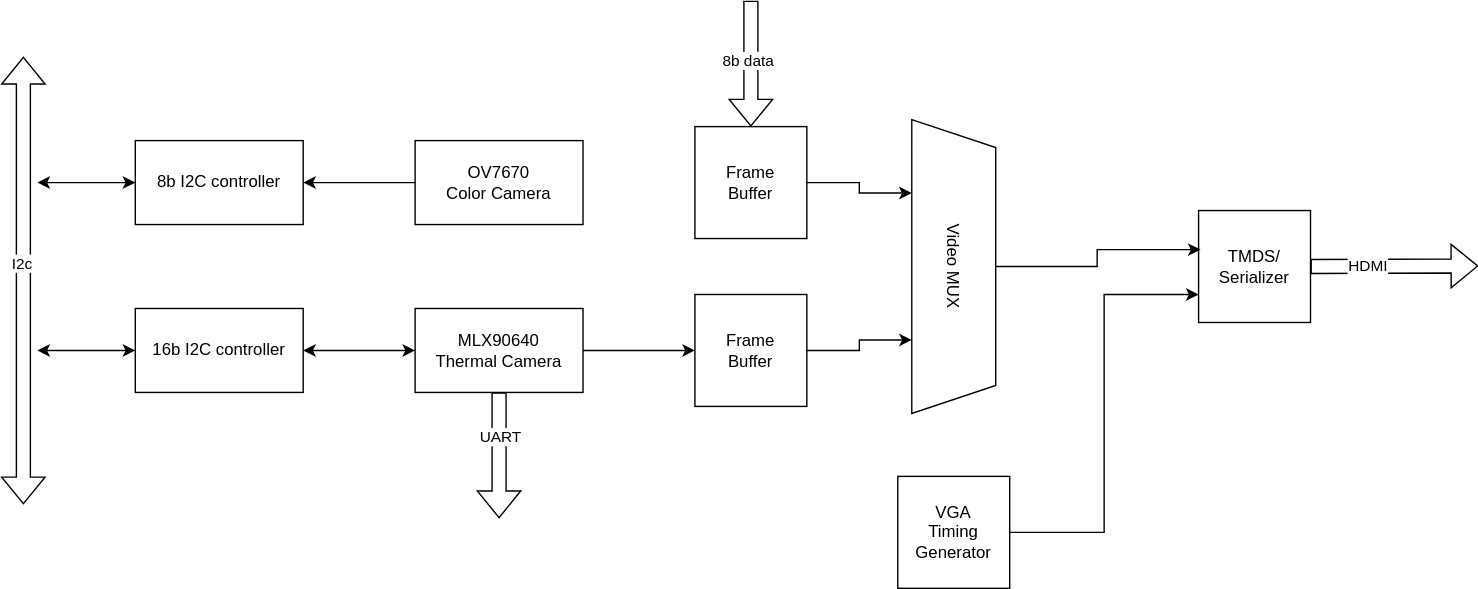
The draw.io diagram diagrams/top.drawio.svg in RiltonF/Thermal_camera_ulx3s, before a commit. Source tidied: cells renumbered, new cells last; positions are measured from the earlier drawing's top-left corner, leaving out a move shared by most shapes. Source of this version:
```xml
<mxGraphModel>
  <root>
    <mxCell id="0" />
    <mxCell id="1" parent="0" />
    <mxCell id="2" style="edgeStyle=orthogonalEdgeStyle;rounded=0;jettySize=auto;html=1;exitX=0;exitY=0.5;exitDx=0;exitDy=0;startArrow=classic;startFill=1;" parent="1" edge="1" source="3">
      <mxGeometry relative="1" as="geometry">
        <mxPoint x="10" y="130" as="targetPoint" />
      </mxGeometry>
    </mxCell>
    <mxCell id="3" value="8b I2C controller" style="rounded=0;whiteSpace=wrap;html=1;" parent="1" vertex="1">
      <mxGeometry x="80" y="100" width="120" height="60" as="geometry" />
    </mxCell>
    <mxCell id="4" style="edgeStyle=orthogonalEdgeStyle;rounded=0;jettySize=auto;html=1;exitX=0;exitY=0.5;exitDx=0;exitDy=0;startArrow=classic;startFill=1;" parent="1" edge="1" source="5">
      <mxGeometry relative="1" as="geometry">
        <mxPoint x="10" y="250" as="targetPoint" />
      </mxGeometry>
    </mxCell>
    <mxCell id="5" value="16b I2C controller" style="rounded=0;whiteSpace=wrap;html=1;" parent="1" vertex="1">
      <mxGeometry x="80" y="220" width="120" height="60" as="geometry" />
    </mxCell>
    <mxCell id="6" style="shape=flexArrow;endArrow=classic;startArrow=classic;html=1;rounded=0;" parent="1" edge="1">
      <mxGeometry relative="1" as="geometry">
        <mxPoint y="40" as="sourcePoint" />
        <mxPoint y="360" as="targetPoint" />
      </mxGeometry>
    </mxCell>
    <mxCell id="7" value="I2c" style="edgeLabel;html=1;align=center;verticalAlign=middle;" parent="6" vertex="1">
      <mxGeometry x="-0.08" y="-1" relative="1" as="geometry" />
    </mxCell>
    <mxCell id="8" style="edgeStyle=orthogonalEdgeStyle;rounded=0;jettySize=auto;html=1;exitX=0;exitY=0.5;exitDx=0;exitDy=0;entryX=1;entryY=0.5;entryDx=0;entryDy=0;" parent="1" edge="1" source="9" target="3">
      <mxGeometry relative="1" as="geometry" />
    </mxCell>
    <mxCell id="9" value="OV7670&lt;div&gt;Color Camera&lt;/div&gt;" style="rounded=0;whiteSpace=wrap;html=1;" parent="1" vertex="1">
      <mxGeometry x="280" y="100" width="120" height="60" as="geometry" />
    </mxCell>
    <mxCell id="10" style="edgeStyle=orthogonalEdgeStyle;rounded=0;jettySize=auto;html=1;exitX=0;exitY=0.5;exitDx=0;exitDy=0;entryX=1;entryY=0.5;entryDx=0;entryDy=0;startArrow=classic;startFill=1;" parent="1" edge="1" source="12" target="5">
      <mxGeometry relative="1" as="geometry" />
    </mxCell>
    <mxCell id="11" style="edgeStyle=orthogonalEdgeStyle;rounded=0;jettySize=auto;html=1;exitX=1;exitY=0.5;exitDx=0;exitDy=0;entryX=0;entryY=0.5;entryDx=0;entryDy=0;" parent="1" edge="1" source="12" target="16">
      <mxGeometry relative="1" as="geometry" />
    </mxCell>
    <mxCell id="12" value="MLX90640&lt;div&gt;Thermal Camera&lt;/div&gt;" style="rounded=0;whiteSpace=wrap;html=1;" parent="1" vertex="1">
      <mxGeometry x="280" y="220" width="120" height="60" as="geometry" />
    </mxCell>
    <mxCell id="13" style="edgeStyle=orthogonalEdgeStyle;rounded=0;jettySize=auto;html=1;exitX=1;exitY=0.5;exitDx=0;exitDy=0;entryX=0.25;entryY=1;entryDx=0;entryDy=0;" parent="1" edge="1" source="14" target="19">
      <mxGeometry relative="1" as="geometry" />
    </mxCell>
    <mxCell id="14" value="Frame&lt;div&gt;Buffer&lt;/div&gt;" style="whiteSpace=wrap;html=1;" parent="1" vertex="1">
      <mxGeometry x="480" y="90" width="80" height="80" as="geometry" />
    </mxCell>
    <mxCell id="15" style="edgeStyle=orthogonalEdgeStyle;rounded=0;jettySize=auto;html=1;exitX=1;exitY=0.5;exitDx=0;exitDy=0;entryX=0.75;entryY=1;entryDx=0;entryDy=0;" parent="1" edge="1" source="16" target="19">
      <mxGeometry relative="1" as="geometry" />
    </mxCell>
    <mxCell id="16" value="Frame&lt;div&gt;Buffer&lt;/div&gt;" style="whiteSpace=wrap;html=1;" parent="1" vertex="1">
      <mxGeometry x="480" y="210" width="80" height="80" as="geometry" />
    </mxCell>
    <mxCell id="17" style="shape=flexArrow;endArrow=classic;html=1;rounded=0;entryX=0.5;entryY=0;entryDx=0;entryDy=0;" parent="1" edge="1" target="14">
      <mxGeometry relative="1" as="geometry">
        <mxPoint x="520" as="sourcePoint" />
      </mxGeometry>
    </mxCell>
    <mxCell id="18" value="8b data" style="edgeLabel;html=1;align=center;verticalAlign=middle;" parent="17" vertex="1">
      <mxGeometry x="-0.05" y="-2" relative="1" as="geometry" />
    </mxCell>
    <mxCell id="19" value="Video MUX" style="shape=trapezoid;perimeter=trapezoidPerimeter;whiteSpace=wrap;html=1;fixedSize=1;rotation=90;" parent="1" vertex="1">
      <mxGeometry x="560" y="160" width="210" height="60" as="geometry" />
    </mxCell>
    <mxCell id="20" style="edgeStyle=orthogonalEdgeStyle;rounded=0;jettySize=auto;html=1;exitX=1;exitY=0.5;exitDx=0;exitDy=0;entryX=0;entryY=0.75;entryDx=0;entryDy=0;" parent="1" edge="1" source="21" target="22">
      <mxGeometry relative="1" as="geometry" />
    </mxCell>
    <mxCell id="21" value="VGA&lt;div&gt;Timing&lt;/div&gt;&lt;div&gt;Generator&lt;/div&gt;" style="whiteSpace=wrap;html=1;" parent="1" vertex="1">
      <mxGeometry x="625" y="340" width="80" height="80" as="geometry" />
    </mxCell>
    <mxCell id="22" value="TMDS/&lt;div&gt;Serializer&lt;/div&gt;" style="whiteSpace=wrap;html=1;" parent="1" vertex="1">
      <mxGeometry x="840" y="150" width="80" height="80" as="geometry" />
    </mxCell>
    <mxCell id="23" style="edgeStyle=orthogonalEdgeStyle;rounded=0;jettySize=auto;html=1;exitX=0.5;exitY=0;exitDx=0;exitDy=0;entryX=0.018;entryY=0.349;entryDx=0;entryDy=0;entryPerimeter=0;" parent="1" edge="1" source="19" target="22">
      <mxGeometry relative="1" as="geometry" />
    </mxCell>
    <mxCell id="24" style="shape=flexArrow;endArrow=classic;html=1;rounded=0;exitX=1;exitY=0.5;exitDx=0;exitDy=0;" parent="1" edge="1" source="22">
      <mxGeometry relative="1" as="geometry">
        <mxPoint x="1040" y="189.6" as="targetPoint" />
      </mxGeometry>
    </mxCell>
    <mxCell id="25" value="HDMI" style="edgeLabel;html=1;align=center;verticalAlign=middle;" parent="24" vertex="1">
      <mxGeometry x="-0.31" relative="1" as="geometry" />
    </mxCell>
    <mxCell id="26" style="shape=flexArrow;endArrow=classic;html=1;rounded=0;exitX=0.5;exitY=1;exitDx=0;exitDy=0;" parent="1" edge="1" source="12">
      <mxGeometry relative="1" as="geometry">
        <mxPoint x="340" y="370" as="targetPoint" />
      </mxGeometry>
    </mxCell>
    <mxCell id="27" value="UART" style="edgeLabel;html=1;align=center;verticalAlign=middle;" parent="26" vertex="1">
      <mxGeometry x="-0.29" y="1" relative="1" as="geometry" />
    </mxCell>
  </root>
</mxGraphModel>
```
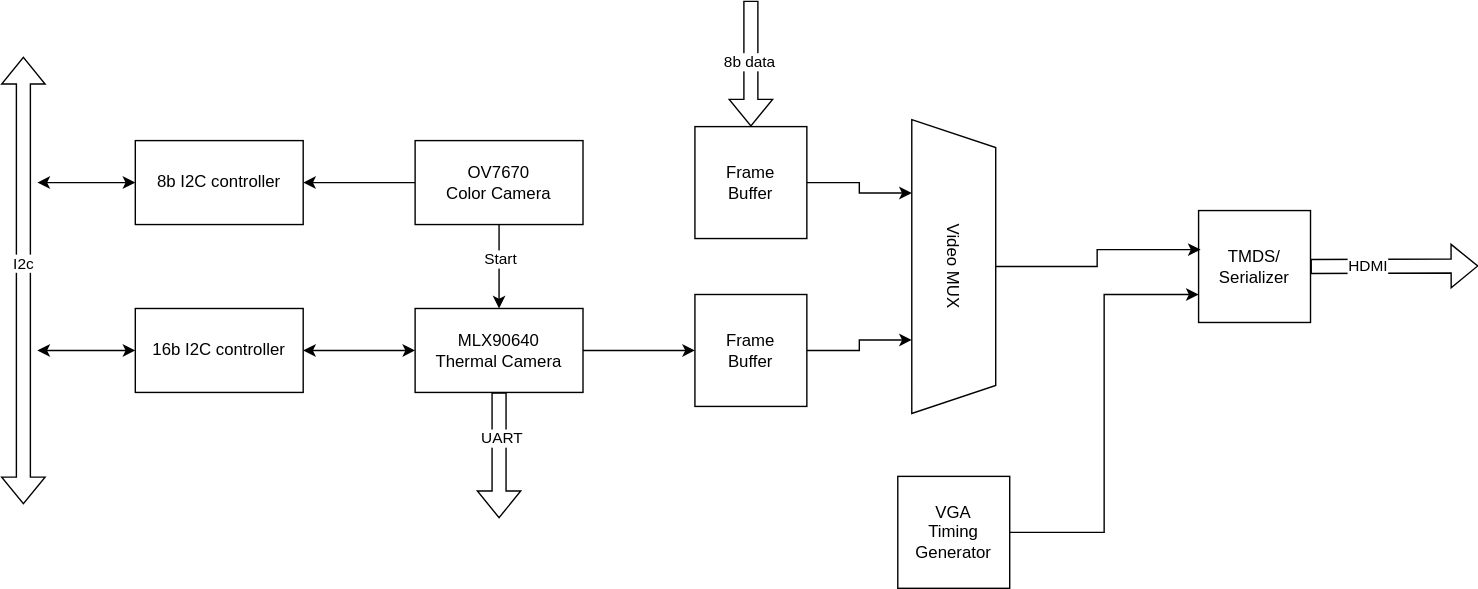
After the change.

Commit message:
Added color cam diagram

The edit, as a diff of the source:
```diff
@@ -30,6 +30,12 @@
     <mxCell id="8" style="edgeStyle=orthogonalEdgeStyle;rounded=0;jettySize=auto;html=1;exitX=0;exitY=0.5;exitDx=0;exitDy=0;entryX=1;entryY=0.5;entryDx=0;entryDy=0;" parent="1" edge="1" source="9" target="3">
       <mxGeometry relative="1" as="geometry" />
     </mxCell>
+    <mxCell id="28" style="edgeStyle=orthogonalEdgeStyle;rounded=0;jettySize=auto;html=1;exitX=0.5;exitY=1;exitDx=0;exitDy=0;entryX=0.5;entryY=0;entryDx=0;entryDy=0;" parent="1" edge="1" source="9" target="12">
+      <mxGeometry relative="1" as="geometry" />
+    </mxCell>
+    <mxCell id="29" value="Start" style="edgeLabel;html=1;align=center;verticalAlign=middle;" parent="28" vertex="1">
+      <mxGeometry x="-0.21" relative="1" as="geometry" />
+    </mxCell>
     <mxCell id="9" value="OV7670&lt;div&gt;Color Camera&lt;/div&gt;" style="rounded=0;whiteSpace=wrap;html=1;" parent="1" vertex="1">
       <mxGeometry x="280" y="100" width="120" height="60" as="geometry" />
     </mxCell>
```
